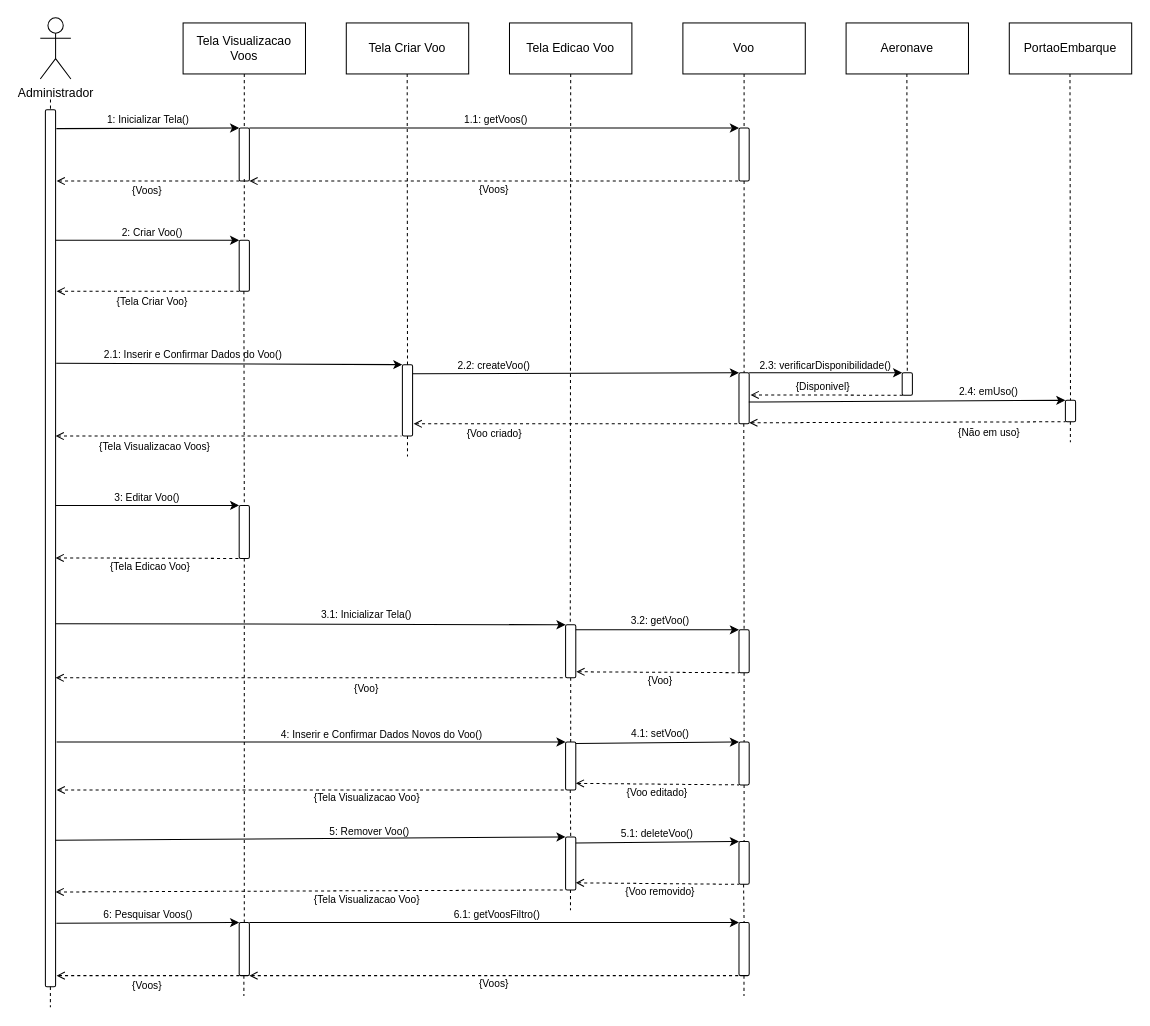
Above: Diagramas/Eng_de_Software/Modelos/Sequencia/Manter_Voos.drawio in GabrielGMori/trabalho-conclus-o-ano (draw.io), before the change. Source tidied: cells renumbered, new cells numbered last; positions are measured from the earlier drawing's top-left corner, leaving out a move shared by most shapes. Both pictures are drawn from the tidied source at 102%, with x=0, y=0 at pixel (40, 17).
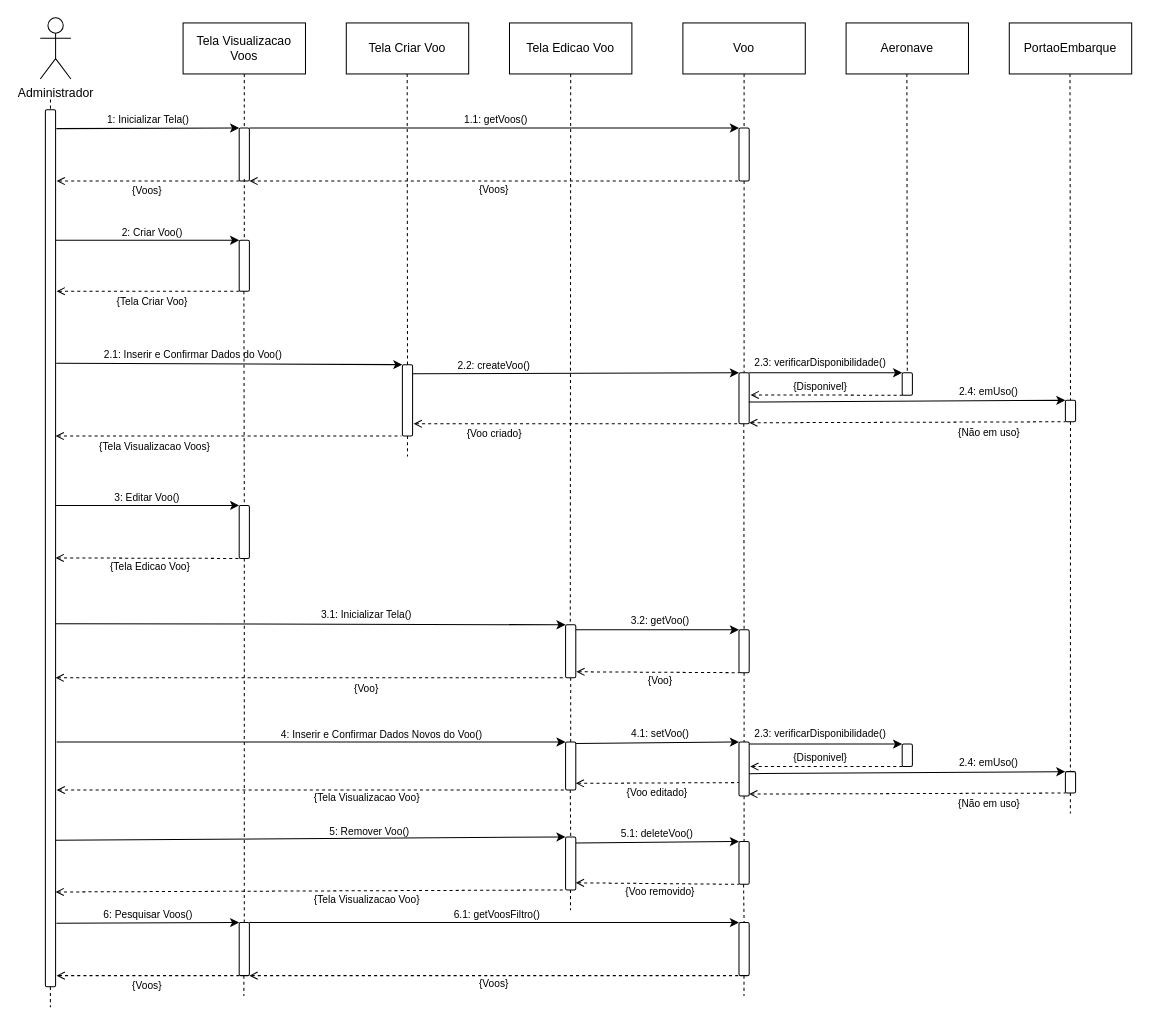
After the change.

Unchanged cells that the change refers to:
```xml
<mxCell id="102" style="rounded=1;whiteSpace=wrap;html=1;" parent="1" vertex="1">
  <mxGeometry x="1005" y="375" width="10" height="21" as="geometry" />
</mxCell>
```

Change to the diagram source:
```diff
@@
     <mxCell id="57" style="rounded=1;whiteSpace=wrap;html=1;" parent="1" vertex="1">
-      <mxGeometry x="685" y="710" width="10" height="42" as="geometry" />
+      <mxGeometry x="685" y="710" width="10" height="53" as="geometry" />
     </mxCell>
@@
-    <mxCell id="60" style="endArrow=none;html=1;rounded=0;entryX=0;entryY=1;entryDx=0;entryDy=0;dashed=1;endFill=0;startArrow=open;startFill=0;exitX=1.054;exitY=0.887;exitDx=0;exitDy=0;exitPerimeter=0;" parent="1" edge="1" target="57">
+    <mxCell id="60" style="endArrow=none;html=1;rounded=0;entryX=0;entryY=0.75;entryDx=0;entryDy=0;dashed=1;endFill=0;startArrow=open;startFill=0;exitX=1.054;exitY=0.887;exitDx=0;exitDy=0;exitPerimeter=0;" parent="1" edge="1" target="57">
       <mxGeometry relative="1" as="geometry">
         <mxPoint x="525" y="750.5" as="sourcePoint" />
       </mxGeometry>
     </mxCell>
@@
     <mxCell id="109" style="endArrow=none;dashed=1;html=1;rounded=0;exitX=0.5;exitY=1;exitDx=0;exitDy=0;" parent="1" edge="1">
       <mxGeometry relative="1" as="geometry">
-        <mxPoint x="1009.9" y="396" as="sourcePoint" />
-        <mxPoint x="1009.9" y="416" as="targetPoint" />
+        <mxPoint x="1009.9" y="760" as="sourcePoint" />
+        <mxPoint x="1009.9" y="780" as="targetPoint" />
       </mxGeometry>
     </mxCell>
     <mxCell id="110" value="2.3: verificarDisponibilidade()" style="text;html=1;align=center;verticalAlign=middle;whiteSpace=wrap;rounded=0;fontSize=10;" parent="1" vertex="1">
-      <mxGeometry x="670" y="331" width="200" height="20" as="geometry" />
+      <mxGeometry x="690" y="328" width="150" height="20" as="geometry" />
     </mxCell>
@@
     <mxCell id="112" value="{Disponivel}" style="text;html=1;align=center;verticalAlign=middle;whiteSpace=wrap;rounded=0;fontSize=10;" parent="1" vertex="1">
-      <mxGeometry x="690" y="351" width="155" height="20" as="geometry" />
+      <mxGeometry x="730" y="351" width="70" height="20" as="geometry" />
     </mxCell>
@@
+    <mxCell id="114" style="rounded=1;whiteSpace=wrap;html=1;" parent="1" vertex="1">
+      <mxGeometry x="845" y="712" width="10" height="22" as="geometry" />
+    </mxCell>
+    <mxCell id="115" style="rounded=1;whiteSpace=wrap;html=1;" parent="1" vertex="1">
+      <mxGeometry x="1005" y="739" width="10" height="21" as="geometry" />
+    </mxCell>
+    <mxCell id="116" style="endArrow=classic;html=1;rounded=0;entryX=0;entryY=0;entryDx=0;entryDy=0;exitX=1;exitY=0;exitDx=0;exitDy=0;" parent="1" edge="1">
+      <mxGeometry relative="1" as="geometry">
+        <mxPoint x="695" y="712" as="sourcePoint" />
+        <mxPoint x="845" y="712" as="targetPoint" />
+      </mxGeometry>
+    </mxCell>
+    <mxCell id="117" style="endArrow=none;html=1;rounded=0;entryX=0;entryY=1;entryDx=0;entryDy=0;dashed=1;endFill=0;startArrow=open;startFill=0;exitX=1.133;exitY=0.433;exitDx=0;exitDy=0;exitPerimeter=0;" parent="1" edge="1">
+      <mxGeometry relative="1" as="geometry">
+        <mxPoint x="696" y="734" as="sourcePoint" />
+        <mxPoint x="847" y="734" as="targetPoint" />
+      </mxGeometry>
+    </mxCell>
+    <mxCell id="118" style="endArrow=classic;html=1;rounded=0;exitX=0.965;exitY=0.573;exitDx=0;exitDy=0;exitPerimeter=0;entryX=0;entryY=0;entryDx=0;entryDy=0;" parent="1" edge="1" target="115">
+      <mxGeometry relative="1" as="geometry">
+        <mxPoint x="695" y="741" as="sourcePoint" />
+      </mxGeometry>
+    </mxCell>
+    <mxCell id="119" style="endArrow=none;html=1;rounded=0;entryX=0;entryY=1;entryDx=0;entryDy=0;dashed=1;endFill=0;startArrow=open;startFill=0;" parent="1" edge="1" target="115">
+      <mxGeometry relative="1" as="geometry">
+        <mxPoint x="695" y="761" as="sourcePoint" />
+      </mxGeometry>
+    </mxCell>
+    <mxCell id="120" value="2.3: verificarDisponibilidade()" style="text;html=1;align=center;verticalAlign=middle;whiteSpace=wrap;rounded=0;fontSize=10;" parent="1" vertex="1">
+      <mxGeometry x="690" y="692" width="150" height="20" as="geometry" />
+    </mxCell>
+    <mxCell id="121" value="2.4: emUso()" style="text;html=1;align=center;verticalAlign=middle;whiteSpace=wrap;rounded=0;fontSize=10;" parent="1" vertex="1">
+      <mxGeometry x="830" y="720" width="200" height="20" as="geometry" />
+    </mxCell>
+    <mxCell id="122" value="{Disponivel}" style="text;html=1;align=center;verticalAlign=middle;whiteSpace=wrap;rounded=0;fontSize=10;" parent="1" vertex="1">
+      <mxGeometry x="730" y="715" width="70" height="20" as="geometry" />
+    </mxCell>
+    <mxCell id="123" value="{Não em uso}" style="text;html=1;align=center;verticalAlign=middle;whiteSpace=wrap;rounded=0;fontSize=10;" parent="1" vertex="1">
+      <mxGeometry x="852.5" y="760" width="155" height="20" as="geometry" />
+    </mxCell>
+    <mxCell id="124" style="endArrow=none;dashed=1;html=1;rounded=0;exitX=0.5;exitY=1;exitDx=0;exitDy=0;" parent="1" edge="1" source="102">
+      <mxGeometry relative="1" as="geometry">
+        <mxPoint x="1009.9" y="739" as="targetPoint" />
+      </mxGeometry>
+    </mxCell>
```
